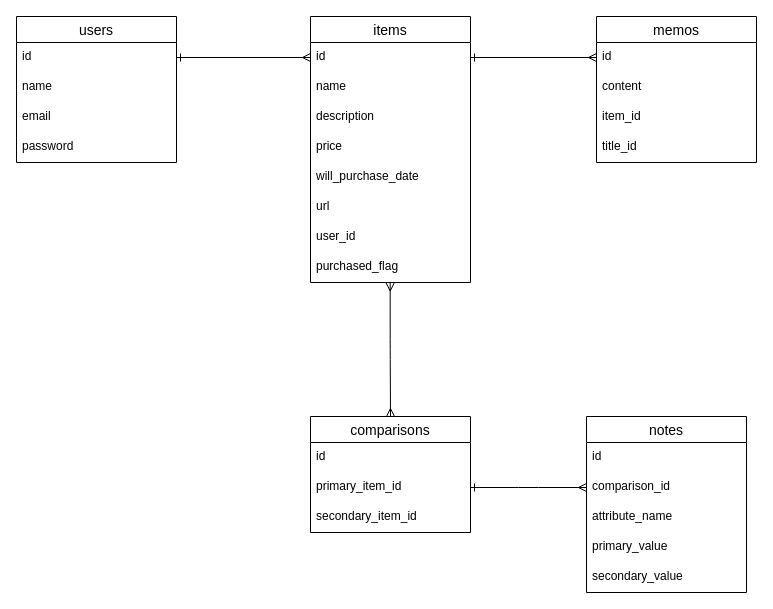
Before: er.dio in Feelfym/wishdig, a draw.io diagram. Source tidied: cells renumbered, new cells numbered last; positions are measured from the earlier drawing's top-left corner, leaving out a move shared by most shapes. Both pictures are drawn from the tidied source at 100%, with x=0, y=0 at pixel (16, 16).
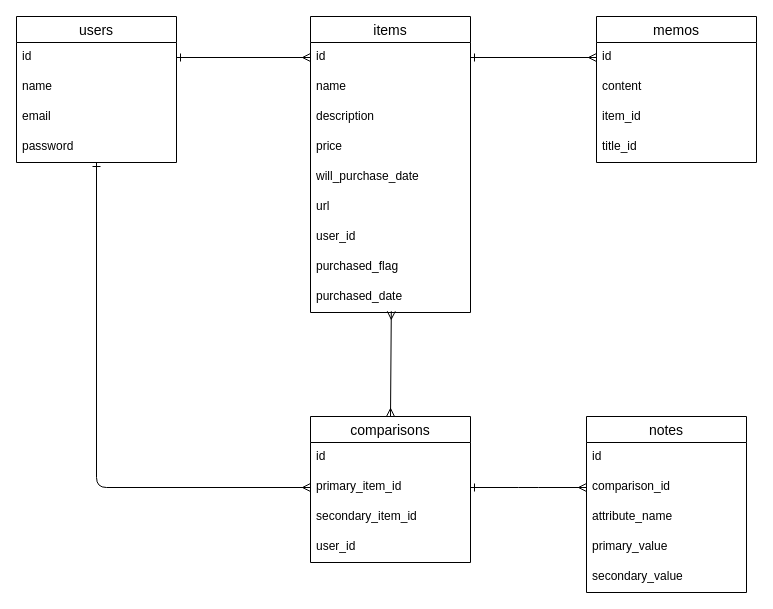
Above is the later version.

Unchanged cells that the change refers to:
```xml
<mxCell id="2" value="users" style="swimlane;fontStyle=0;horizontal=1;startSize=26;align=center;fontSize=14;" parent="1" vertex="1">
  <mxGeometry width="160" height="146" as="geometry" />
</mxCell>
<mxCell id="15" value="purchased_flag" style="text;strokeColor=none;fillColor=none;spacingLeft=4;spacingRight=4;overflow=hidden;points=[[0,0.5],[1,0.5]];portConstraint=eastwest;fontSize=12;" parent="7" vertex="1">
  <mxGeometry y="236" width="160" height="30" as="geometry" />
</mxCell>
<mxCell id="23" value="primary_item_id" style="text;strokeColor=none;fillColor=none;spacingLeft=4;spacingRight=4;overflow=hidden;points=[[0,0.5],[1,0.5]];portConstraint=eastwest;fontSize=12;" parent="21" vertex="1">
  <mxGeometry y="56" width="160" height="30" as="geometry" />
</mxCell>
```

Diff of the diagram source:
```diff
@@
+    <mxCell id="35" style="edgeStyle=orthogonalEdgeStyle;html=1;entryX=0;entryY=0.5;entryDx=0;entryDy=0;startArrow=ERone;startFill=0;endArrow=ERmany;endFill=0;" parent="1" edge="1" source="2" target="23">
+      <mxGeometry relative="1" as="geometry" />
+    </mxCell>
@@
     <mxCell id="7" value="items" style="swimlane;fontStyle=0;horizontal=1;startSize=26;align=center;fontSize=14;" parent="1" vertex="1">
-      <mxGeometry x="294" width="160" height="266" as="geometry" />
+      <mxGeometry x="294" width="160" height="296" as="geometry" />
     </mxCell>
@@
+    <mxCell id="36" value="purchased_date" style="text;strokeColor=none;fillColor=none;spacingLeft=4;spacingRight=4;overflow=hidden;points=[[0,0.5],[1,0.5]];portConstraint=eastwest;fontSize=12;" parent="7" vertex="1">
+      <mxGeometry y="266" width="160" height="30" as="geometry" />
+    </mxCell>
@@
     <mxCell id="21" value="comparisons" style="swimlane;fontStyle=0;horizontal=1;startSize=26;align=center;fontSize=14;" parent="1" vertex="1">
-      <mxGeometry x="294" y="400" width="160" height="116" as="geometry" />
+      <mxGeometry x="294" y="400" width="160" height="146" as="geometry" />
     </mxCell>
@@
+    <mxCell id="37" value="user_id" style="text;strokeColor=none;fillColor=none;spacingLeft=4;spacingRight=4;overflow=hidden;fontSize=12;" parent="21" vertex="1">
+      <mxGeometry y="116" width="160" height="30" as="geometry" />
+    </mxCell>
@@
-    <mxCell id="33" style="html=1;exitX=0.498;exitY=1.016;exitDx=0;exitDy=0;entryX=0.5;entryY=0;entryDx=0;entryDy=0;startArrow=ERmany;startFill=0;endArrow=ERmany;endFill=0;exitPerimeter=0;edgeStyle=orthogonalEdgeStyle;" parent="1" edge="1" source="15" target="21">
+    <mxCell id="33" style="html=1;entryX=0.5;entryY=0;entryDx=0;entryDy=0;startArrow=ERmany;startFill=0;endArrow=ERmany;endFill=0;exitX=0.505;exitY=0.959;exitDx=0;exitDy=0;exitPerimeter=0;" parent="1" edge="1" source="36" target="21">
       <mxGeometry relative="1" as="geometry" />
     </mxCell>
```
